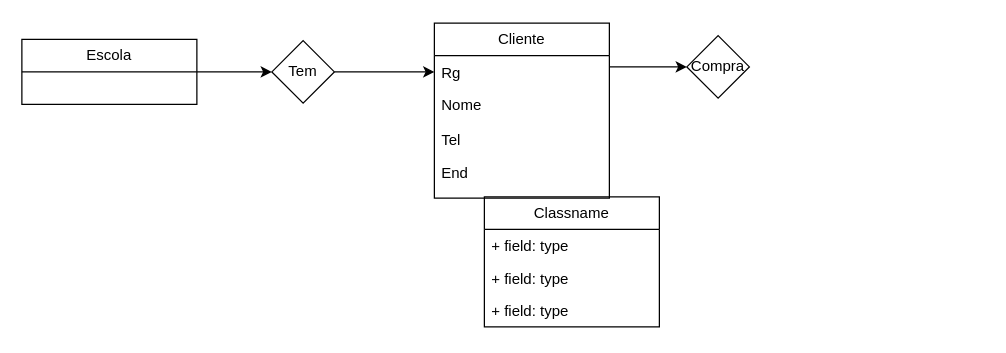
Above: Floricultura.drawio in 3GG11/Banco_de_Dados (draw.io), before the change. Source tidied: cells renumbered, new cells numbered last; positions are measured from the earlier drawing's top-left corner, leaving out a move shared by most shapes. Both pictures are drawn from the tidied source at 125%, with x=0, y=0 at pixel (21, 22).
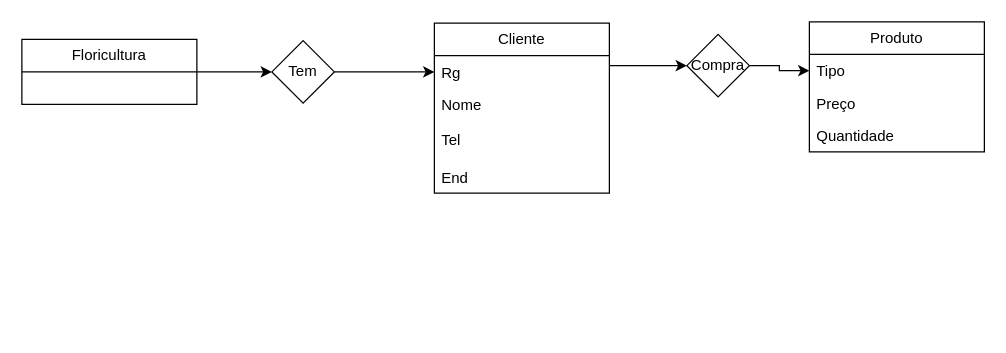
Above is the later version.

Change to the diagram source:
```diff
@@
 <mxGraphModel>
   <root>
     <mxCell id="0" />
     <mxCell id="1" parent="0" />
     <mxCell id="2" style="edgeStyle=orthogonalEdgeStyle;rounded=0;jettySize=auto;html=1;exitX=1;exitY=0.5;exitDx=0;exitDy=0;entryX=0;entryY=0.5;entryDx=0;entryDy=0;" parent="1" edge="1" source="3" target="8">
       <mxGeometry relative="1" as="geometry" />
     </mxCell>
     <mxCell id="3" value="Tem" style="rhombus;whiteSpace=wrap;html=1;" parent="1" vertex="1">
       <mxGeometry x="200" y="14" width="50" height="50" as="geometry" />
     </mxCell>
     <mxCell id="4" style="edgeStyle=orthogonalEdgeStyle;rounded=0;jettySize=auto;html=1;exitX=1;exitY=0.5;exitDx=0;exitDy=0;entryX=0;entryY=0.5;entryDx=0;entryDy=0;" parent="1" edge="1" source="5" target="3">
       <mxGeometry relative="1" as="geometry" />
     </mxCell>
-    <mxCell id="5" value="Escola" style="swimlane;fontStyle=0;horizontal=1;startSize=26;fillColor=none;whiteSpace=wrap;html=1;" parent="1" vertex="1">
+    <mxCell id="5" value="Floricultura" style="swimlane;fontStyle=0;horizontal=1;startSize=26;fillColor=none;whiteSpace=wrap;html=1;" parent="1" vertex="1">
       <mxGeometry y="13" width="140" height="52" as="geometry" />
     </mxCell>
     <mxCell id="6" style="edgeStyle=orthogonalEdgeStyle;rounded=0;jettySize=auto;html=1;exitX=1;exitY=0.25;exitDx=0;exitDy=0;entryX=0;entryY=0.5;entryDx=0;entryDy=0;" parent="1" edge="1" source="7" target="12">
       <mxGeometry relative="1" as="geometry" />
     </mxCell>
     <mxCell id="7" value="Cliente" style="swimlane;fontStyle=0;horizontal=1;startSize=26;fillColor=none;whiteSpace=wrap;html=1;" parent="1" vertex="1">
-      <mxGeometry x="330" width="140" height="140" as="geometry" />
+      <mxGeometry x="330" width="140" height="136" as="geometry" />
     </mxCell>
     <mxCell id="8" value="Rg" style="text;strokeColor=none;fillColor=none;align=left;verticalAlign=top;spacingLeft=4;spacingRight=4;overflow=hidden;points=[[0,0.5],[1,0.5]];portConstraint=eastwest;whiteSpace=wrap;html=1;" parent="7" vertex="1">
       <mxGeometry y="26" width="140" height="26" as="geometry" />
     </mxCell>
     <mxCell id="9" value="Nome" style="text;strokeColor=none;fillColor=none;align=left;verticalAlign=top;spacingLeft=4;spacingRight=4;overflow=hidden;whiteSpace=wrap;html=1;" parent="7" vertex="1">
       <mxGeometry y="52" width="140" height="28" as="geometry" />
     </mxCell>
     <mxCell id="10" value="Tel" style="text;strokeColor=none;fillColor=none;align=left;verticalAlign=top;spacingLeft=4;spacingRight=4;overflow=hidden;whiteSpace=wrap;html=1;" parent="7" vertex="1">
-      <mxGeometry y="80" width="140" height="60" as="geometry" />
+      <mxGeometry y="80" width="140" height="30" as="geometry" />
     </mxCell>
-    <mxCell id="11" value="End" style="text;strokeColor=none;fillColor=none;align=left;verticalAlign=top;spacingLeft=4;spacingRight=4;overflow=hidden;whiteSpace=wrap;html=1;" parent="1" vertex="1">
-      <mxGeometry x="330" y="106" width="140" height="26" as="geometry" />
+    <mxCell id="11" value="End" style="text;strokeColor=none;fillColor=none;align=left;verticalAlign=top;spacingLeft=4;spacingRight=4;overflow=hidden;whiteSpace=wrap;html=1;" parent="7" vertex="1">
+      <mxGeometry y="110" width="140" height="26" as="geometry" />
     </mxCell>
+    <mxCell id="17" style="edgeStyle=orthogonalEdgeStyle;rounded=0;jettySize=auto;html=1;exitX=1;exitY=0.5;exitDx=0;exitDy=0;entryX=0;entryY=0.5;entryDx=0;entryDy=0;" parent="1" edge="1" source="12" target="14">
+      <mxGeometry relative="1" as="geometry" />
+    </mxCell>
     <mxCell id="12" value="Compra" style="rhombus;whiteSpace=wrap;html=1;" parent="1" vertex="1">
-      <mxGeometry x="532" y="10" width="50" height="50" as="geometry" />
+      <mxGeometry x="532" y="9" width="50" height="50" as="geometry" />
     </mxCell>
-    <mxCell id="13" value="Classname" style="swimlane;fontStyle=0;horizontal=1;startSize=26;fillColor=none;whiteSpace=wrap;html=1;" parent="1" vertex="1">
-      <mxGeometry x="370" y="139" width="140" height="104" as="geometry" />
+    <mxCell id="13" value="Produto" style="swimlane;fontStyle=0;horizontal=1;startSize=26;fillColor=none;whiteSpace=wrap;html=1;" parent="1" vertex="1">
+      <mxGeometry x="630" y="-1" width="140" height="104" as="geometry" />
     </mxCell>
-    <mxCell id="14" value="+ field: type" style="text;strokeColor=none;fillColor=none;align=left;verticalAlign=top;spacingLeft=4;spacingRight=4;overflow=hidden;points=[[0,0.5],[1,0.5]];portConstraint=eastwest;whiteSpace=wrap;html=1;" parent="13" vertex="1">
+    <mxCell id="14" value="Tipo" style="text;strokeColor=none;fillColor=none;align=left;verticalAlign=top;spacingLeft=4;spacingRight=4;overflow=hidden;points=[[0,0.5],[1,0.5]];portConstraint=eastwest;whiteSpace=wrap;html=1;" parent="13" vertex="1">
       <mxGeometry y="26" width="140" height="26" as="geometry" />
     </mxCell>
-    <mxCell id="15" value="+ field: type" style="text;strokeColor=none;fillColor=none;align=left;verticalAlign=top;spacingLeft=4;spacingRight=4;overflow=hidden;whiteSpace=wrap;html=1;" parent="13" vertex="1">
+    <mxCell id="15" value="Preço" style="text;strokeColor=none;fillColor=none;align=left;verticalAlign=top;spacingLeft=4;spacingRight=4;overflow=hidden;whiteSpace=wrap;html=1;" parent="13" vertex="1">
       <mxGeometry y="52" width="140" height="26" as="geometry" />
     </mxCell>
-    <mxCell id="16" value="+ field: type" style="text;strokeColor=none;fillColor=none;align=left;verticalAlign=top;spacingLeft=4;spacingRight=4;overflow=hidden;whiteSpace=wrap;html=1;" parent="13" vertex="1">
+    <mxCell id="16" value="Quantidade" style="text;strokeColor=none;fillColor=none;align=left;verticalAlign=top;spacingLeft=4;spacingRight=4;overflow=hidden;whiteSpace=wrap;html=1;" parent="13" vertex="1">
       <mxGeometry y="78" width="140" height="26" as="geometry" />
     </mxCell>
   </root>
 </mxGraphModel>
```
